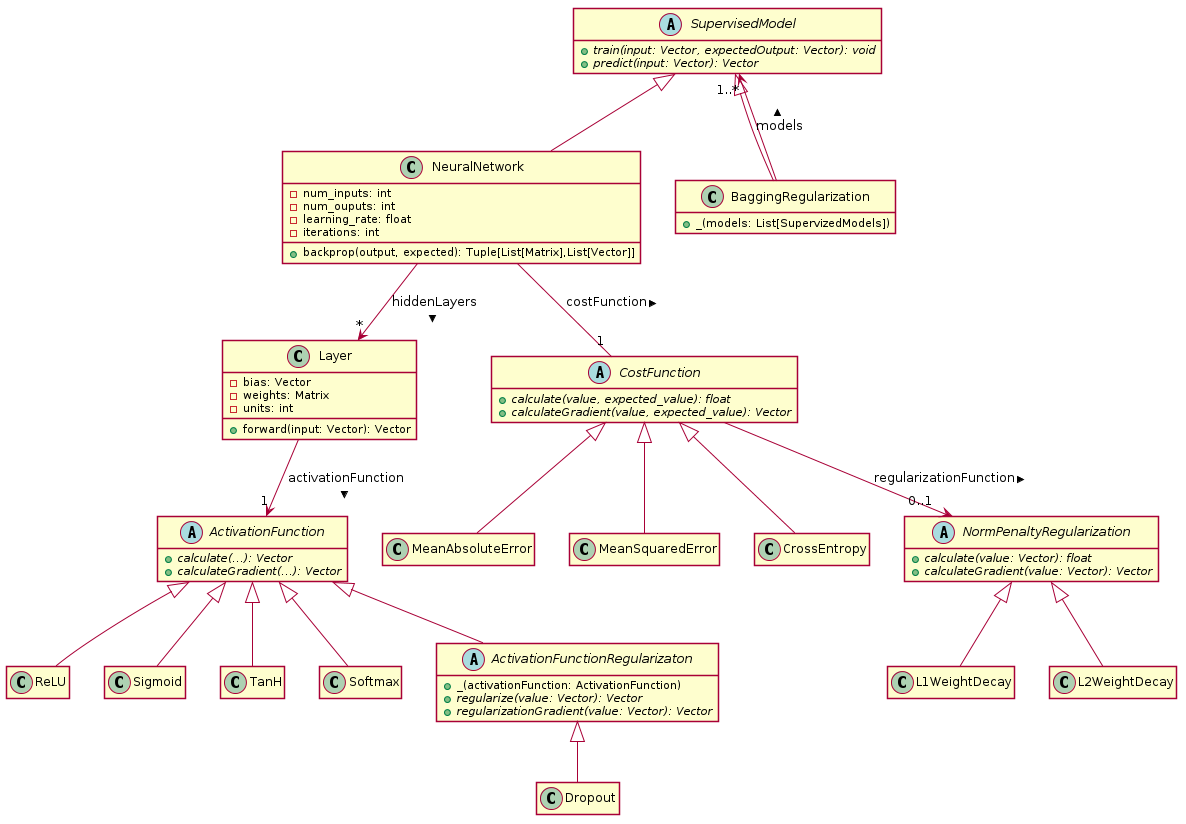
This is model-diagram/model-diagram.png from DLOOF/Deep-Learning-Object-Oriented-Framework-Python, a PlantUML export, as it was before one commit. Its diagram source:
```plantuml
@startuml
!pragma teoz true
skinparam shadowing false
hide empty members

abstract class SupervisedModel {
      {abstract} + train(input: Vector, expectedOutput: Vector): void
      {abstract} + predict(input: Vector): Vector
}

class NeuralNetwork {
      - num_inputs: int
      - num_ouputs: int
      - learning_rate: float
      - iterations: int

      + backprop(output, expected): Tuple[List[Matrix],List[Vector]]
}

SupervisedModel <|-- NeuralNetwork

class Layer {
      - bias: Vector
      - weights: Matrix
      - units: int

      + forward(input: Vector): Vector
}

abstract class CostFunction {
      {abstract} + calculate(value, expected_value): float
      {abstract} + calculateGradient(value, expected_value): Vector
}

abstract class ActivationFunction {
      {abstract} + calculate(...): Vector
      {abstract} + calculateGradient(...): Vector
}

NeuralNetwork -- "1" CostFunction : costFunction >
NeuralNetwork --> "*" Layer : hiddenLayers >

Layer --> "1" ActivationFunction : activationFunction >



CostFunction <|-- MeanAbsoluteError
CostFunction <|-- MeanSquaredError
CostFunction <|-- CrossEntropy

ActivationFunction <|-- ReLU
ActivationFunction <|-- Sigmoid
ActivationFunction <|-- TanH
ActivationFunction <|-- Softmax


abstract class ActivationFunctionRegularizaton {
	 + _(activationFunction: ActivationFunction)
	 {abstract} + regularize(value: Vector): Vector
	 {abstract} + regularizationGradient(value: Vector): Vector
}

class Dropout

ActivationFunction <|-- ActivationFunctionRegularizaton
ActivationFunctionRegularizaton <|-- Dropout

class BaggingRegularization {
      + _(models: List[SupervizedModels])
}

SupervisedModel <|-- BaggingRegularization
BaggingRegularization --> "1..*" SupervisedModel : models >

abstract class NormPenaltyRegularization {
	 {abstract} + calculate(value: Vector): float
	 {abstract} + calculateGradient(value: Vector): Vector
}

class L1WeightDecay
class L2WeightDecay

NormPenaltyRegularization <|-- L1WeightDecay
NormPenaltyRegularization <|-- L2WeightDecay
CostFunction --> "0..1" NormPenaltyRegularization : regularizationFunction >

@enduml
```
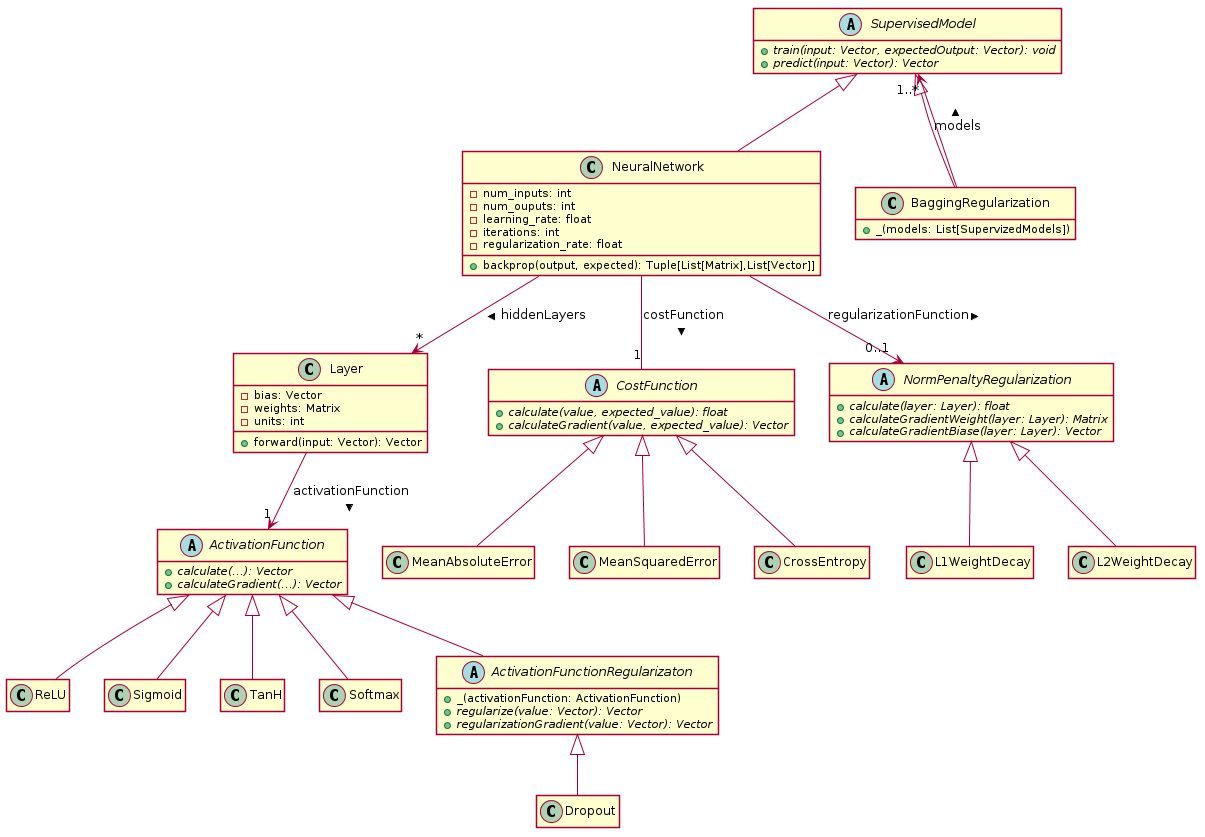
Later version of the same file.

Commit message:
Implement L2WeightDecay regularization function in the network

The edit, as a diff of the source:
```diff
@@ -13,6 +13,7 @@
       - num_ouputs: int
       - learning_rate: float
       - iterations: int
+      - regularization_rate: float
 
       + backprop(output, expected): Tuple[List[Matrix],List[Vector]]
 }
@@ -73,15 +74,17 @@
 BaggingRegularization --> "1..*" SupervisedModel : models >
 
 abstract class NormPenaltyRegularization {
-	 {abstract} + calculate(value: Vector): float
-	 {abstract} + calculateGradient(value: Vector): Vector
+	 {abstract} + calculate(layer: Layer): float
+	 {abstract} + calculateGradientWeight(layer: Layer): Matrix
+	 {abstract} + calculateGradientBiase(layer: Layer): Vector
 }
+
+NeuralNetwork --> "0..1" NormPenaltyRegularization: regularizationFunction >
 
 class L1WeightDecay
 class L2WeightDecay
 
 NormPenaltyRegularization <|-- L1WeightDecay
 NormPenaltyRegularization <|-- L2WeightDecay
-CostFunction --> "0..1" NormPenaltyRegularization : regularizationFunction >
 
 @enduml
```
